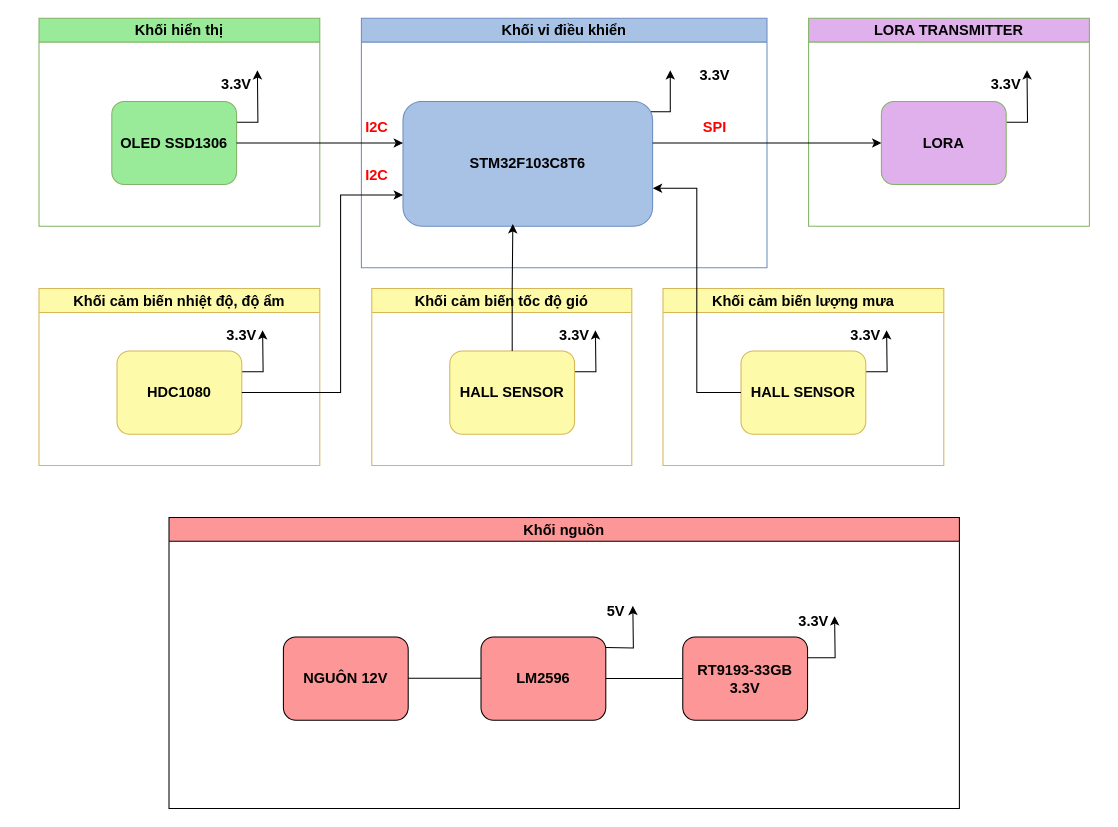
Before: Image/Sơ đồ khối/sơ đồ khối chi tiết - Node.drawio in tuanthanhhh/Weather_Monitoring_Station_System, a draw.io diagram. Source tidied: cells renumbered, new cells numbered last; positions are measured from the earlier drawing's top-left corner, leaving out a move shared by most shapes. Both pictures are drawn from the tidied source at 104%, with x=0, y=0 at pixel (38, 18).
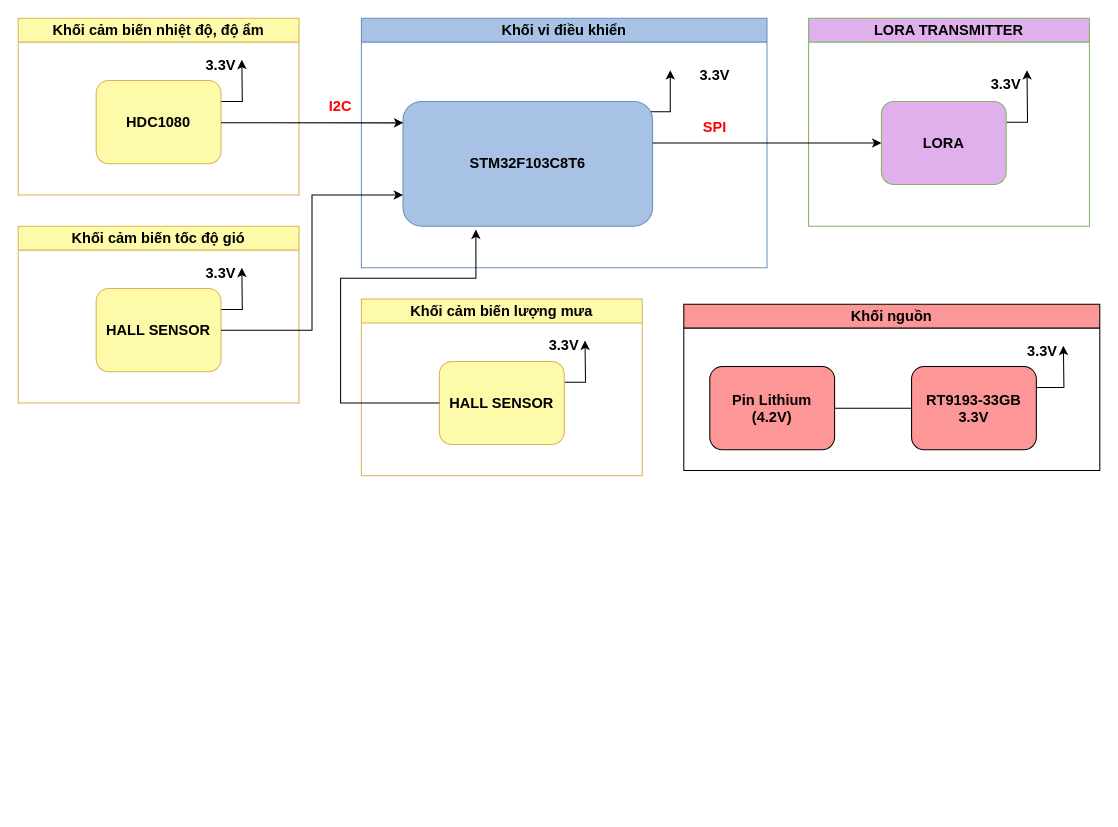
The same diagram, later.

The change refers to these unchanged cells:
```xml
<mxCell id="6" value="Khối vi điều khiển" style="swimlane;whiteSpace=wrap;html=1;fontStyle=1;fontSize=14;fillColor=#a8c2e6;strokeColor=#6c8ebf;" parent="1" vertex="1">
  <mxGeometry x="310" width="390" height="240" as="geometry" />
</mxCell>
<mxCell id="8" value="STM32F103C8T6" style="rounded=1;whiteSpace=wrap;html=1;fontStyle=1;fontSize=14;fillColor=#a8c2e6;strokeColor=#6c8ebf;" parent="6" vertex="1">
  <mxGeometry x="40" y="80" width="240" height="120" as="geometry" />
</mxCell>
<mxCell id="15" value="HDC1080" style="rounded=1;whiteSpace=wrap;html=1;fontStyle=1;fontSize=14;fillColor=#fdfaaa;strokeColor=#d6b656;" parent="13" vertex="1">
  <mxGeometry x="75" y="60" width="120" height="80" as="geometry" />
</mxCell>
<mxCell id="31" value="HALL SENSOR" style="rounded=1;whiteSpace=wrap;html=1;fontStyle=1;fontSize=14;fillColor=#fdfaaa;strokeColor=#d6b656;" parent="29" vertex="1">
  <mxGeometry x="75" y="60" width="120" height="80" as="geometry" />
</mxCell>
<mxCell id="35" value="HALL SENSOR" style="rounded=1;whiteSpace=wrap;html=1;fontStyle=1;fontSize=14;fillColor=#fdfaaa;strokeColor=#d6b656;" parent="33" vertex="1">
  <mxGeometry x="75" y="60" width="120" height="80" as="geometry" />
</mxCell>
```

Change to the diagram source:
```diff
@@
-    <mxCell id="2" value="Khối hiển thị" style="swimlane;whiteSpace=wrap;html=1;fontStyle=1;fontSize=14;fillColor=#99EB99;strokeColor=#82b366;" parent="1" vertex="1">
-      <mxGeometry width="270" height="200" as="geometry" />
-    </mxCell>
-    <mxCell id="3" style="edgeStyle=orthogonalEdgeStyle;rounded=0;jettySize=auto;html=1;exitX=1;exitY=0.25;exitDx=0;exitDy=0;fontStyle=1;fontSize=14;" parent="2" edge="1" source="4">
-      <mxGeometry relative="1" as="geometry">
-        <mxPoint x="210" y="50" as="targetPoint" />
-      </mxGeometry>
-    </mxCell>
-    <mxCell id="4" value="OLED SSD1306" style="rounded=1;whiteSpace=wrap;html=1;fontStyle=1;fontSize=14;fillColor=#99eb99;strokeColor=#82b366;" parent="2" vertex="1">
-      <mxGeometry x="70" y="80" width="120" height="80" as="geometry" />
-    </mxCell>
-    <mxCell id="5" value="3.3V" style="text;html=1;align=center;verticalAlign=middle;whiteSpace=wrap;rounded=0;fontStyle=1;fontSize=14;" parent="2" vertex="1">
-      <mxGeometry x="160" y="49" width="60" height="30" as="geometry" />
-    </mxCell>
@@
-    <mxCell id="10" value="I2C" style="text;html=1;align=center;verticalAlign=middle;whiteSpace=wrap;rounded=0;fontStyle=1;fontColor=#FF0000;fontSize=14;" parent="6" vertex="1">
-      <mxGeometry x="-15" y="136" width="60" height="30" as="geometry" />
-    </mxCell>
-    <mxCell id="11" value="I2C" style="text;html=1;align=center;verticalAlign=middle;whiteSpace=wrap;rounded=0;fontStyle=1;fontColor=#FF0000;fontSize=14;" parent="6" vertex="1">
-      <mxGeometry x="-15" y="90" width="60" height="30" as="geometry" />
-    </mxCell>
@@
     <mxCell id="13" value="Khối cảm biến nhiệt độ, độ ẩm" style="swimlane;whiteSpace=wrap;html=1;fontStyle=1;fontSize=14;fillColor=#fdfaaa;strokeColor=#d6b656;" parent="1" vertex="1">
-      <mxGeometry y="260" width="270" height="170" as="geometry" />
+      <mxGeometry x="-20" width="270" height="170" as="geometry" />
     </mxCell>
@@
     <mxCell id="17" value="Khối nguồn" style="swimlane;whiteSpace=wrap;html=1;fontStyle=1;fontSize=14;fillColor=#fd9696;" parent="1" vertex="1">
-      <mxGeometry x="125" y="480" width="760" height="280" as="geometry" />
+      <mxGeometry x="620" y="275" width="400" height="160" as="geometry" />
     </mxCell>
-    <mxCell id="18" style="edgeStyle=orthogonalEdgeStyle;rounded=0;orthogonalLoop=1;jettySize=auto;html=1;exitX=1;exitY=0.5;exitDx=0;exitDy=0;entryX=0;entryY=0.5;entryDx=0;entryDy=0;endArrow=none;endFill=0;fontStyle=1;fontSize=14;" parent="17" edge="1">
-      <mxGeometry relative="1" as="geometry">
-        <mxPoint x="226" y="154.6" as="sourcePoint" />
-        <mxPoint x="300" y="154.6" as="targetPoint" />
-      </mxGeometry>
-    </mxCell>
     <mxCell id="19" style="edgeStyle=orthogonalEdgeStyle;rounded=0;jettySize=auto;html=1;exitX=1;exitY=0.25;exitDx=0;exitDy=0;fontStyle=1;fontSize=14;" parent="17" edge="1" source="20">
       <mxGeometry relative="1" as="geometry">
-        <mxPoint x="640" y="95" as="targetPoint" />
+        <mxPoint x="365" y="40" as="targetPoint" />
       </mxGeometry>
     </mxCell>
     <mxCell id="20" value="&lt;span style=&quot;font-size: 14px;&quot;&gt;RT9193-33GB&lt;/span&gt;&lt;div style=&quot;font-size: 14px;&quot;&gt;&lt;span style=&quot;font-size: 14px;&quot;&gt;3.3V&lt;/span&gt;&lt;/div&gt;" style="rounded=1;whiteSpace=wrap;html=1;fontStyle=1;fontSize=14;fillColor=#fd9696;" parent="17" vertex="1">
-      <mxGeometry x="494" y="115" width="120" height="80" as="geometry" />
+      <mxGeometry x="219" y="60" width="120" height="80" as="geometry" />
     </mxCell>
@@
     <mxCell id="22" value="3.3V" style="text;html=1;align=center;verticalAlign=middle;whiteSpace=wrap;rounded=0;fontStyle=1;fontSize=14;" parent="17" vertex="1">
-      <mxGeometry x="590" y="85" width="60" height="30" as="geometry" />
+      <mxGeometry x="315" y="30" width="60" height="30" as="geometry" />
     </mxCell>
-    <mxCell id="23" value="LM2596" style="rounded=1;whiteSpace=wrap;html=1;fontStyle=1;fontSize=14;fillColor=#fd9696;" parent="17" vertex="1">
-      <mxGeometry x="300" y="115" width="120" height="80" as="geometry" />
+    <mxCell id="23" value="Pin Lithium (4.2V)" style="rounded=1;whiteSpace=wrap;html=1;fontStyle=1;fontSize=14;fillColor=#fd9696;" parent="17" vertex="1">
+      <mxGeometry x="25" y="60" width="120" height="80" as="geometry" />
     </mxCell>
-    <mxCell id="24" style="edgeStyle=orthogonalEdgeStyle;rounded=0;orthogonalLoop=1;jettySize=auto;html=1;exitX=1;exitY=0.25;exitDx=0;exitDy=0;fontStyle=1;fontSize=14;" parent="17" edge="1">
-      <mxGeometry relative="1" as="geometry">
-        <mxPoint x="420" y="125" as="sourcePoint" />
-        <mxPoint x="446" y="85" as="targetPoint" />
-      </mxGeometry>
-    </mxCell>
-    <mxCell id="25" value="5V" style="text;html=1;align=center;verticalAlign=middle;whiteSpace=wrap;rounded=0;fontStyle=1;fontSize=14;" parent="17" vertex="1">
-      <mxGeometry x="400" y="75" width="60" height="30" as="geometry" />
-    </mxCell>
-    <mxCell id="26" value="NGUÔN 12V" style="rounded=1;whiteSpace=wrap;html=1;fontStyle=1;fontSize=14;fillColor=#fd9696;" parent="17" vertex="1">
-      <mxGeometry x="110" y="115" width="120" height="80" as="geometry" />
-    </mxCell>
-    <mxCell id="27" style="edgeStyle=orthogonalEdgeStyle;rounded=0;jettySize=auto;html=1;exitX=1;exitY=0.5;exitDx=0;exitDy=0;entryX=0;entryY=0.75;entryDx=0;entryDy=0;fontSize=14;" parent="1" edge="1" source="15" target="8">
+    <mxCell id="27" style="edgeStyle=orthogonalEdgeStyle;rounded=0;jettySize=auto;html=1;exitX=1;exitY=0.5;exitDx=0;exitDy=0;entryX=0.001;entryY=0.172;entryDx=0;entryDy=0;fontSize=14;entryPerimeter=0;" parent="1" edge="1" source="15" target="8">
       <mxGeometry relative="1" as="geometry">
         <Array as="points">
-          <mxPoint x="290" y="360" />
-          <mxPoint x="290" y="170" />
+          <mxPoint x="350" y="101" />
         </Array>
       </mxGeometry>
     </mxCell>
-    <mxCell id="28" style="edgeStyle=orthogonalEdgeStyle;rounded=0;jettySize=auto;html=1;exitX=1;exitY=0.5;exitDx=0;exitDy=0;fontSize=14;" parent="1" edge="1" source="4">
-      <mxGeometry relative="1" as="geometry">
-        <mxPoint x="350" y="120" as="targetPoint" />
-        <Array as="points">
-          <mxPoint x="350" y="120" />
-        </Array>
-      </mxGeometry>
-    </mxCell>
     <mxCell id="29" value="Khối cảm biến tốc độ gió" style="swimlane;whiteSpace=wrap;html=1;fontStyle=1;fontSize=14;fillColor=#fdfaaa;strokeColor=#d6b656;" parent="1" vertex="1">
-      <mxGeometry x="320" y="260" width="250" height="170" as="geometry" />
+      <mxGeometry x="-20" y="200" width="270" height="170" as="geometry" />
     </mxCell>
@@
     <mxCell id="33" value="Khối cảm biến lượng mưa" style="swimlane;whiteSpace=wrap;html=1;fontStyle=1;fontSize=14;fillColor=#fdfaaa;strokeColor=#d6b656;" parent="1" vertex="1">
-      <mxGeometry x="600" y="260" width="270" height="170" as="geometry" />
+      <mxGeometry x="310" y="270" width="270" height="170" as="geometry" />
     </mxCell>
@@
-    <mxCell id="37" style="edgeStyle=orthogonalEdgeStyle;rounded=0;jettySize=auto;html=1;exitX=0.5;exitY=0;exitDx=0;exitDy=0;entryX=0.44;entryY=0.983;entryDx=0;entryDy=0;entryPerimeter=0;" parent="1" edge="1" source="31" target="8">
+    <mxCell id="37" style="edgeStyle=orthogonalEdgeStyle;rounded=0;jettySize=auto;html=1;exitX=1;exitY=0.5;exitDx=0;exitDy=0;entryX=0;entryY=0.75;entryDx=0;entryDy=0;" parent="1" edge="1" source="31" target="8">
       <mxGeometry relative="1" as="geometry" />
     </mxCell>
-    <mxCell id="38" style="edgeStyle=orthogonalEdgeStyle;rounded=0;jettySize=auto;html=1;exitX=0;exitY=0.5;exitDx=0;exitDy=0;entryX=1.001;entryY=0.696;entryDx=0;entryDy=0;entryPerimeter=0;" parent="1" edge="1" source="35" target="8">
-      <mxGeometry relative="1" as="geometry" />
+    <mxCell id="38" style="edgeStyle=orthogonalEdgeStyle;rounded=0;jettySize=auto;html=1;exitX=0;exitY=0.5;exitDx=0;exitDy=0;entryX=0.292;entryY=1.027;entryDx=0;entryDy=0;entryPerimeter=0;" parent="1" edge="1" source="35" target="8">
+      <mxGeometry relative="1" as="geometry">
+        <Array as="points">
+          <mxPoint x="290" y="370" />
+          <mxPoint x="290" y="250" />
+          <mxPoint x="420" y="250" />
+        </Array>
+      </mxGeometry>
     </mxCell>
@@
+    <mxCell id="10" value="I2C" style="text;html=1;align=center;verticalAlign=middle;whiteSpace=wrap;rounded=0;fontStyle=1;fontColor=#FF0000;fontSize=14;" parent="1" vertex="1">
+      <mxGeometry x="260" y="70" width="60" height="30" as="geometry" />
+    </mxCell>
```
